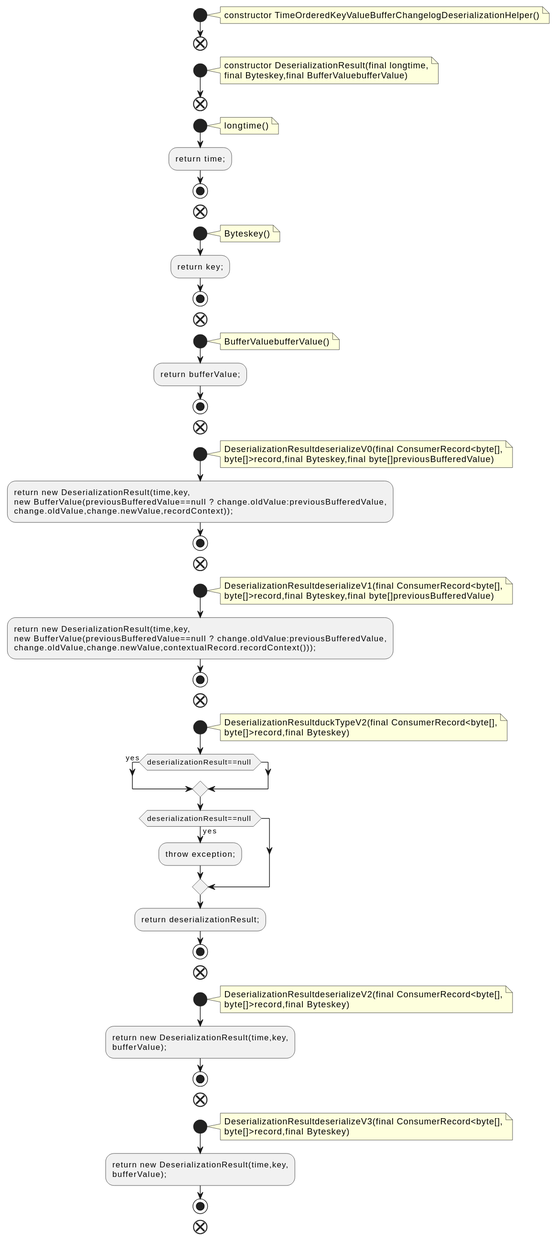
qualitesys/kafka keeps this PlantUML diagram as docs/qc/streams/src/main/java/org/apache/kafka/streams/state/internals/TimeOrderedKeyValueBufferChangelogDeserializationHelper.java.fct.svg. Above is the earlier version.
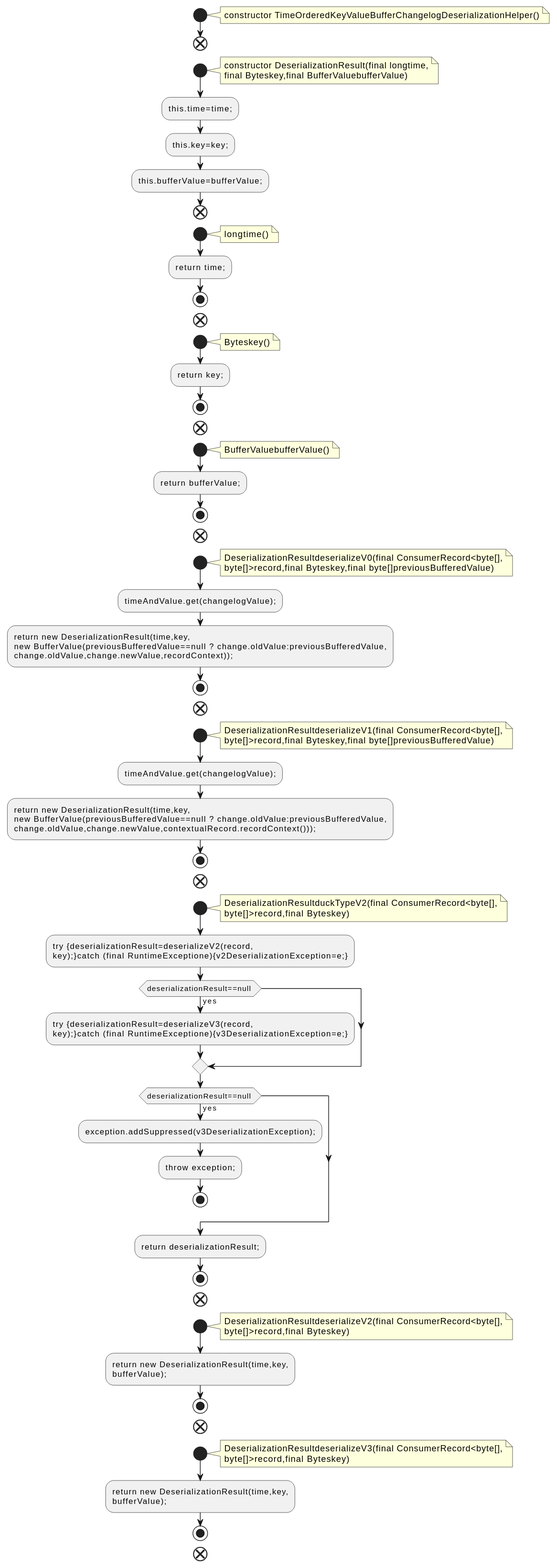
After the commit.

What changed in the source:
```diff
@@ -10,6 +10,9 @@
 constructor DeserializationResult(final longtime,
 final Byteskey,final BufferValuebufferValue)
 end note
+:this.time=time;;
+:this.key=key;;
+:this.bufferValue=bufferValue;;
 end
 start
 note right
@@ -37,6 +40,7 @@
 DeserializationResultdeserializeV0(final ConsumerRecord<byte[],
 byte[]>record,final Byteskey,final byte[]previousBufferedValue)
 end note
+:timeAndValue.get(changelogValue);;
 :return new DeserializationResult(time,key,
 new BufferValue(previousBufferedValue==null ? change.oldValue:previousBufferedValue,
 change.oldValue,change.newValue,recordContext));;
@@ -47,6 +51,7 @@
 DeserializationResultdeserializeV1(final ConsumerRecord<byte[],
 byte[]>record,final Byteskey,final byte[]previousBufferedValue)
 end note
+:timeAndValue.get(changelogValue);;
 :return new DeserializationResult(time,key,
 new BufferValue(previousBufferedValue==null ? change.oldValue:previousBufferedValue,
 change.oldValue,change.newValue,contextualRecord.recordContext()));;
@@ -57,10 +62,16 @@
 DeserializationResultduckTypeV2(final ConsumerRecord<byte[],
 byte[]>record,final Byteskey)
 end note
+:try {deserializationResult=deserializeV2(record,
+key);}catch (final RuntimeExceptione){v2DeserializationException=e;};
 if (deserializationResult==null ) then (yes)
+:try {deserializationResult=deserializeV3(record,
+key);}catch (final RuntimeExceptione){v3DeserializationException=e;};
 endif
 if (deserializationResult==null ) then (yes)
+:exception.addSuppressed(v3DeserializationException);;
 :throw exception;;
+stop
 endif
 :return deserializationResult;;
 stop
```
